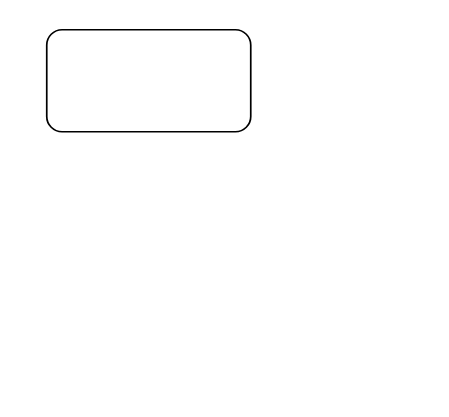
Above: Untitled Diagram.drawio in pmwangyang/pmwangyang.github.io (draw.io), before the change. Source tidied: cells renumbered, new cells numbered last; positions are measured from the earlier drawing's top-left corner, leaving out a move shared by most shapes. Both pictures are drawn from the tidied source at 170%, with x=0, y=0 at pixel (46, 29).
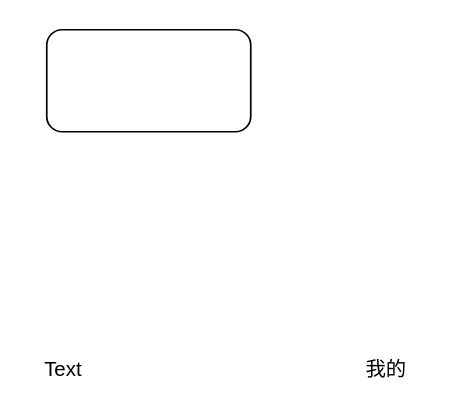
Above is the later version.

Diff of the diagram source:
```diff
@@
 <mxGraphModel>
   <root>
     <mxCell id="0" />
     <mxCell id="1" parent="0" />
     <mxCell id="2" style="rounded=1;whiteSpace=wrap;html=1;" parent="1" vertex="1">
       <mxGeometry width="120" height="60" as="geometry" />
     </mxCell>
+    <mxCell id="3" value="我的" style="text;html=1;strokeColor=none;fillColor=none;align=center;verticalAlign=middle;whiteSpace=wrap;rounded=0;" parent="1" vertex="1">
+      <mxGeometry x="180" y="190" width="40" height="20" as="geometry" />
+    </mxCell>
+    <mxCell id="4" value="Text" style="text;html=1;strokeColor=none;fillColor=none;align=center;verticalAlign=middle;whiteSpace=wrap;rounded=0;" parent="1" vertex="1">
+      <mxGeometry x="-10" y="190" width="40" height="20" as="geometry" />
+    </mxCell>
   </root>
 </mxGraphModel>
```
